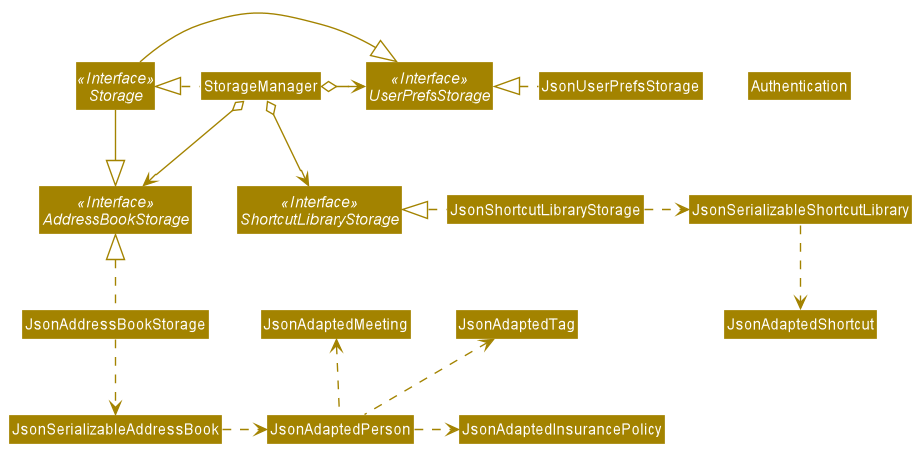
Above: docs/images/StorageClassDiagram.png in nus-cs2103-AY2021S2/tp (PlantUML), before the change.
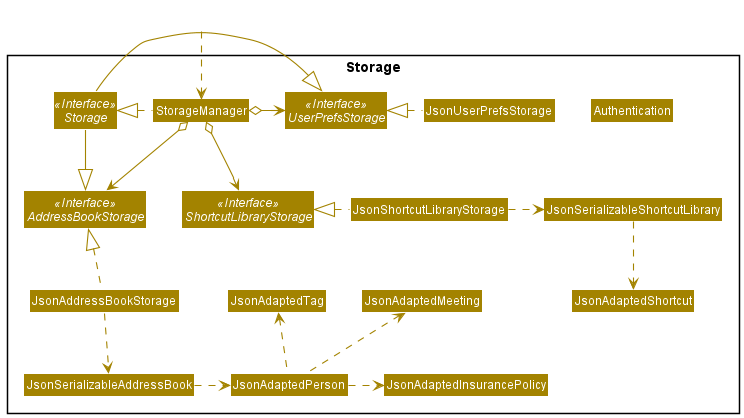
After the change.

Commit message:
Update DG Storage class diagram

Change to the diagram source:
```diff
@@ -4,6 +4,7 @@
 skinparam arrowColor STORAGE_COLOR
 skinparam classBackgroundColor STORAGE_COLOR
 
+package Storage {
 Interface Storage <<Interface>>
 Interface UserPrefsStorage <<Interface>>
 Interface AddressBookStorage <<Interface>>
@@ -14,6 +15,18 @@
 Class JsonAddressBookStorage
 Class JsonShortcutLibraryStorage
 Class Authentication
+
+Class JsonSerializableShortcutLibrary
+Class JsonAdaptedShortcut
+Class JsonSerializableAddressBook
+Class JsonAdaptedTag
+Class JsonAdaptedPerson
+Class JsonAdaptedInsurancePolicy
+Class JsonAdaptedMeeting
+}
+
+Class HiddenOutside #FFFFFF
+HiddenOutside ..> StorageManager
 
 StorageManager .left.|> Storage
 StorageManager o-right-> UserPrefsStorage
@@ -35,5 +48,7 @@
 JsonShortcutLibraryStorage .right.> JsonSerializableShortcutLibrary
 JsonSerializableShortcutLibrary .down.> JsonAdaptedShortcut
 
+Authentication -[hidden]left-> JsonUserPrefsStorage
+
 ShortcutLibraryStorage -[hidden]left-> AddressBookStorage
 @enduml
```
